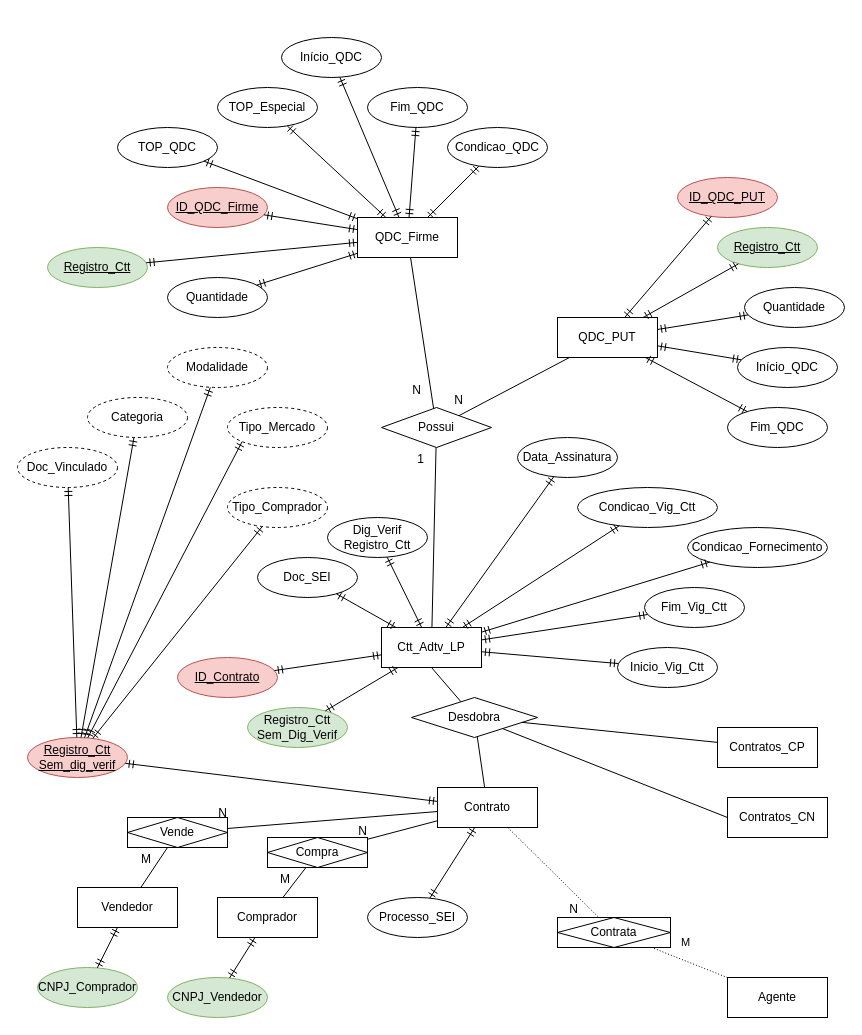
Earlier version of the draw.io diagram Untitled Diagram.drawio (sinistroman/sinistroman). Source tidied: cells renumbered, new cells numbered last; positions are measured from the earlier drawing's top-left corner, leaving out a move shared by most shapes. Both pictures are drawn from the tidied source at 100%, with x=0, y=0 at pixel (17, 37).
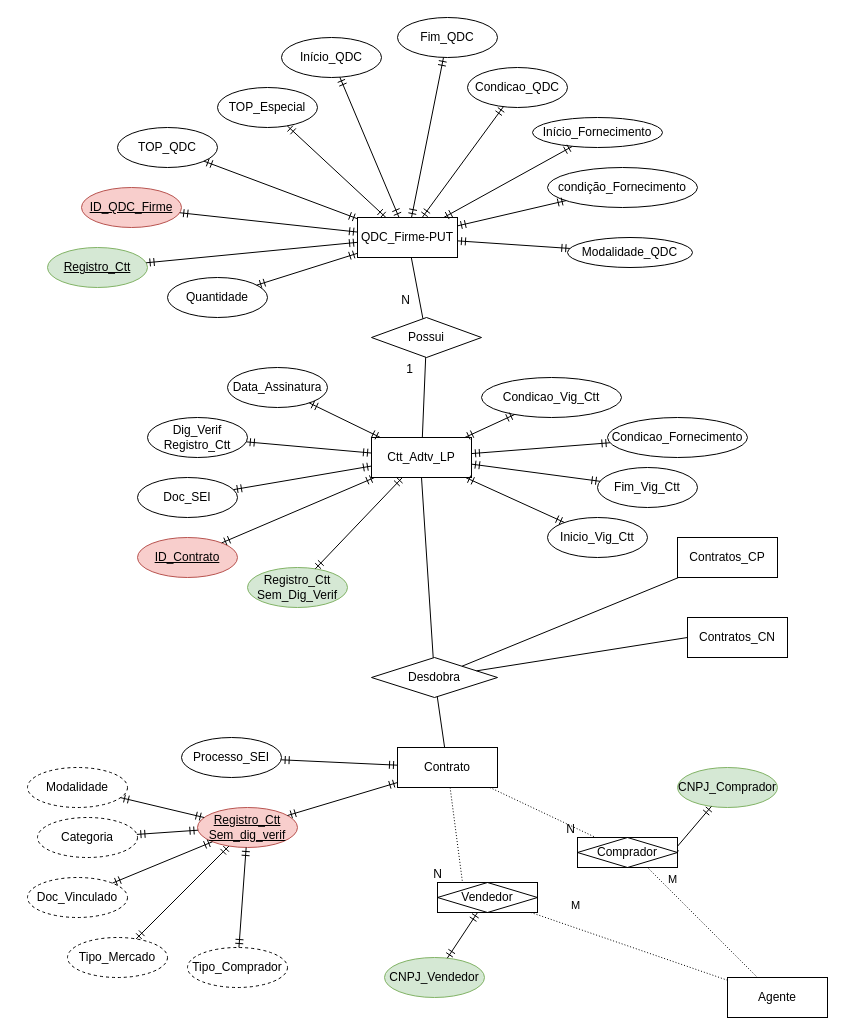
The same page after the edit.

Unchanged cells that the change refers to:
```xml
<mxCell id="2" value="Agente" style="whiteSpace=wrap;html=1;align=center;" parent="1" vertex="1">
  <mxGeometry x="710" y="940" width="100" height="40" as="geometry" />
</mxCell>
```

Change to the diagram source:
```diff
@@
-    <mxCell id="3" value="M" style="endArrow=none;html=1;rounded=0;dashed=1;dashPattern=1 2;" parent="1" edge="1" source="2" target="94">
-      <mxGeometry x="0.27" y="-17" relative="1" as="geometry" />
+    <mxCell id="3" value="M" style="endArrow=none;html=1;rounded=0;dashed=1;dashPattern=1 2;entryX=0.66;entryY=0.867;entryDx=0;entryDy=0;entryPerimeter=0;" parent="1" edge="1" source="2" target="77">
+      <mxGeometry x="0.61" y="-9" relative="1" as="geometry">
+        <mxPoint x="1" as="offset" />
+      </mxGeometry>
     </mxCell>
-    <mxCell id="4" style="endArrow=none;html=1;rounded=0;dashed=1;dashPattern=1 2;" parent="1" edge="1" source="86" target="94">
+    <mxCell id="4" style="endArrow=none;html=1;rounded=0;dashed=1;dashPattern=1 2;" parent="1" edge="1" source="86" target="77">
       <mxGeometry relative="1" as="geometry" />
     </mxCell>
@@
     <mxCell id="6" value="Ctt_Adtv_LP" style="whiteSpace=wrap;html=1;align=center;" parent="1" vertex="1">
-      <mxGeometry x="364" y="590" width="100" height="40" as="geometry" />
+      <mxGeometry x="354" y="400" width="100" height="40" as="geometry" />
     </mxCell>
     <mxCell id="7" value="Contratos_CP" style="whiteSpace=wrap;html=1;align=center;" parent="1" vertex="1">
-      <mxGeometry x="700" y="690" width="100" height="40" as="geometry" />
+      <mxGeometry x="660" y="500" width="100" height="40" as="geometry" />
     </mxCell>
     <mxCell id="8" value="Contratos_CN" style="whiteSpace=wrap;html=1;align=center;" parent="1" vertex="1">
-      <mxGeometry x="710" y="760" width="100" height="40" as="geometry" />
+      <mxGeometry x="670" y="580" width="100" height="40" as="geometry" />
     </mxCell>
     <mxCell id="9" value="CNPJ_Comprador" style="ellipse;whiteSpace=wrap;html=1;align=center;fillColor=#d5e8d4;strokeColor=#82b366;" parent="1" vertex="1">
-      <mxGeometry x="20" y="930" width="100" height="40" as="geometry" />
+      <mxGeometry x="660" y="730" width="100" height="40" as="geometry" />
     </mxCell>
     <mxCell id="10" value="CNPJ_Vendedor" style="ellipse;whiteSpace=wrap;html=1;align=center;fillColor=#d5e8d4;strokeColor=#82b366;" parent="1" vertex="1">
-      <mxGeometry x="150" y="940" width="100" height="40" as="geometry" />
+      <mxGeometry x="367" y="920" width="100" height="40" as="geometry" />
     </mxCell>
-    <mxCell id="11" style="fontSize=12;html=1;endArrow=ERmandOne;startArrow=ERmandOne;rounded=0;" parent="1" edge="1" source="9" target="71">
+    <mxCell id="11" style="fontSize=12;html=1;endArrow=ERmandOne;startArrow=ERmandOne;rounded=0;entryX=0.93;entryY=0.567;entryDx=0;entryDy=0;entryPerimeter=0;" parent="1" edge="1" source="9" target="77">
       <mxGeometry relative="1" as="geometry" />
     </mxCell>
-    <mxCell id="12" style="fontSize=12;html=1;endArrow=ERmandOne;startArrow=ERmandOne;rounded=0;" parent="1" edge="1" source="10" target="76">
+    <mxCell id="12" style="fontSize=12;html=1;endArrow=ERmandOne;startArrow=ERmandOne;rounded=0;" parent="1" edge="1" source="10" target="70">
       <mxGeometry relative="1" as="geometry" />
     </mxCell>
     <mxCell id="13" value="Processo_SEI" style="ellipse;whiteSpace=wrap;html=1;align=center;" parent="1" vertex="1">
-      <mxGeometry x="350" y="860" width="100" height="40" as="geometry" />
+      <mxGeometry x="164" y="700" width="100" height="40" as="geometry" />
     </mxCell>
     <mxCell id="14" value="Doc_SEI" style="ellipse;whiteSpace=wrap;html=1;align=center;" parent="1" vertex="1">
-      <mxGeometry x="240" y="520" width="100" height="40" as="geometry" />
+      <mxGeometry x="120" y="440" width="100" height="40" as="geometry" />
     </mxCell>
     <mxCell id="15" value="Inicio_Vig_Ctt" style="ellipse;whiteSpace=wrap;html=1;align=center;" parent="1" vertex="1">
-      <mxGeometry x="600" y="610" width="100" height="40" as="geometry" />
+      <mxGeometry x="530" y="480" width="100" height="40" as="geometry" />
     </mxCell>
     <mxCell id="16" value="Fim_Vig_Ctt" style="ellipse;whiteSpace=wrap;html=1;align=center;" parent="1" vertex="1">
-      <mxGeometry x="627" y="550" width="100" height="40" as="geometry" />
+      <mxGeometry x="580" y="430" width="100" height="40" as="geometry" />
     </mxCell>
     <mxCell id="17" value="Registro_Ctt Sem_dig_verif" style="ellipse;whiteSpace=wrap;html=1;align=center;fontStyle=4;fillColor=#f8cecc;strokeColor=#b85450;" parent="1" vertex="1">
-      <mxGeometry x="10" y="700" width="100" height="40" as="geometry" />
+      <mxGeometry x="180" y="770" width="100" height="40" as="geometry" />
     </mxCell>
     <mxCell id="18" value="Doc_Vinculado" style="ellipse;whiteSpace=wrap;html=1;align=center;dashed=1;" parent="1" vertex="1">
-      <mxGeometry y="410" width="100" height="40" as="geometry" />
+      <mxGeometry x="10" y="840" width="100" height="40" as="geometry" />
     </mxCell>
     <mxCell id="19" value="Categoria" style="ellipse;whiteSpace=wrap;html=1;align=center;dashed=1;" parent="1" vertex="1">
-      <mxGeometry x="70" y="360" width="100" height="40" as="geometry" />
+      <mxGeometry x="20" y="780" width="100" height="40" as="geometry" />
     </mxCell>
     <mxCell id="20" value="Modalidade" style="ellipse;whiteSpace=wrap;html=1;align=center;dashed=1;" parent="1" vertex="1">
-      <mxGeometry x="150" y="310" width="100" height="40" as="geometry" />
+      <mxGeometry x="10" y="730" width="100" height="40" as="geometry" />
     </mxCell>
     <mxCell id="21" value="Tipo_Mercado" style="ellipse;whiteSpace=wrap;html=1;align=center;dashed=1;" parent="1" vertex="1">
-      <mxGeometry x="210" y="370" width="100" height="40" as="geometry" />
+      <mxGeometry x="50" y="900" width="100" height="40" as="geometry" />
     </mxCell>
     <mxCell id="22" value="Tipo_Comprador" style="ellipse;whiteSpace=wrap;html=1;align=center;dashed=1;" parent="1" vertex="1">
-      <mxGeometry x="210" y="450" width="100" height="40" as="geometry" />
+      <mxGeometry x="170" y="910" width="100" height="40" as="geometry" />
     </mxCell>
@@
-    <mxCell id="27" style="fontSize=12;html=1;endArrow=ERmandOne;startArrow=ERmandOne;rounded=0;entryX=0;entryY=1;entryDx=0;entryDy=0;" parent="1" edge="1" source="17" target="21">
+    <mxCell id="27" style="fontSize=12;html=1;endArrow=ERmandOne;startArrow=ERmandOne;rounded=0;" parent="1" edge="1" source="17" target="21">
       <mxGeometry relative="1" as="geometry" />
     </mxCell>
@@
     <mxCell id="31" value="Data_Assinatura" style="ellipse;whiteSpace=wrap;html=1;align=center;" parent="1" vertex="1">
-      <mxGeometry x="500" y="400" width="100" height="40" as="geometry" />
+      <mxGeometry x="210" y="330" width="100" height="40" as="geometry" />
     </mxCell>
@@
     <mxCell id="33" value="Possui" style="shape=rhombus;perimeter=rhombusPerimeter;whiteSpace=wrap;html=1;align=center;" parent="1" vertex="1">
-      <mxGeometry x="364" y="370" width="110" height="40" as="geometry" />
+      <mxGeometry x="354" y="280" width="110" height="40" as="geometry" />
     </mxCell>
-    <mxCell id="34" value="QDC_Firme" style="whiteSpace=wrap;html=1;align=center;" parent="1" vertex="1">
+    <mxCell id="34" value="QDC_Firme-PUT" style="whiteSpace=wrap;html=1;align=center;" parent="1" vertex="1">
       <mxGeometry x="340" y="180" width="100" height="40" as="geometry" />
     </mxCell>
-    <mxCell id="35" value="QDC_PUT" style="whiteSpace=wrap;html=1;align=center;" parent="1" vertex="1">
-      <mxGeometry x="540" y="280" width="100" height="40" as="geometry" />
-    </mxCell>
@@
     <mxCell id="46" value="Fim_QDC" style="ellipse;whiteSpace=wrap;html=1;align=center;" parent="1" vertex="1">
-      <mxGeometry x="350" y="50" width="100" height="40" as="geometry" />
+      <mxGeometry x="380" y="-20" width="100" height="40" as="geometry" />
     </mxCell>
@@
-    <mxCell id="50" value="Quantidade" style="ellipse;whiteSpace=wrap;html=1;align=center;" parent="1" vertex="1">
-      <mxGeometry x="727" y="250" width="100" height="40" as="geometry" />
-    </mxCell>
-    <mxCell id="51" value="Registro_Ctt" style="ellipse;whiteSpace=wrap;html=1;align=center;fontStyle=4;fillColor=#d5e8d4;strokeColor=#82b366;" parent="1" vertex="1">
-      <mxGeometry x="700" y="190" width="100" height="40" as="geometry" />
-    </mxCell>
-    <mxCell id="52" value="Início_QDC" style="ellipse;whiteSpace=wrap;html=1;align=center;" parent="1" vertex="1">
-      <mxGeometry x="720" y="310" width="100" height="40" as="geometry" />
-    </mxCell>
-    <mxCell id="53" value="Fim_QDC" style="ellipse;whiteSpace=wrap;html=1;align=center;" parent="1" vertex="1">
-      <mxGeometry x="710" y="370" width="100" height="40" as="geometry" />
-    </mxCell>
-    <mxCell id="54" style="endArrow=none;html=1;rounded=0;" parent="1" edge="1" source="35" target="33">
-      <mxGeometry relative="1" as="geometry" />
-    </mxCell>
-    <mxCell id="55" value="N" style="html=1;align=right;verticalAlign=bottom;" parent="54" vertex="1">
-      <mxGeometry x="1" relative="1" as="geometry">
-        <mxPoint x="5" y="-7" as="offset" />
-      </mxGeometry>
-    </mxCell>
-    <mxCell id="56" style="fontSize=12;html=1;endArrow=ERmandOne;startArrow=ERmandOne;rounded=0;" parent="1" edge="1" source="35" target="51">
-      <mxGeometry relative="1" as="geometry" />
-    </mxCell>
-    <mxCell id="57" style="fontSize=12;html=1;endArrow=ERmandOne;startArrow=ERmandOne;rounded=0;" parent="1" edge="1" source="35" target="50">
-      <mxGeometry relative="1" as="geometry" />
-    </mxCell>
-    <mxCell id="58" style="fontSize=12;html=1;endArrow=ERmandOne;startArrow=ERmandOne;rounded=0;" parent="1" edge="1" source="35" target="52">
-      <mxGeometry relative="1" as="geometry" />
-    </mxCell>
-    <mxCell id="59" style="fontSize=12;html=1;endArrow=ERmandOne;startArrow=ERmandOne;rounded=0;" parent="1" edge="1" source="35" target="53">
-      <mxGeometry relative="1" as="geometry" />
-    </mxCell>
     <mxCell id="60" value="ID_QDC_Firme" style="ellipse;whiteSpace=wrap;html=1;align=center;fontStyle=4;fillColor=#f8cecc;strokeColor=#b85450;" parent="1" vertex="1">
-      <mxGeometry x="150" y="150" width="100" height="40" as="geometry" />
+      <mxGeometry x="64" y="150" width="100" height="40" as="geometry" />
     </mxCell>
-    <mxCell id="61" value="ID_QDC_PUT" style="ellipse;whiteSpace=wrap;html=1;align=center;fontStyle=4;fillColor=#f8cecc;strokeColor=#b85450;" parent="1" vertex="1">
-      <mxGeometry x="660" y="140" width="100" height="40" as="geometry" />
-    </mxCell>
@@
-    <mxCell id="65" style="fontSize=12;html=1;endArrow=ERmandOne;startArrow=ERmandOne;rounded=0;" parent="1" edge="1" source="35" target="61">
-      <mxGeometry relative="1" as="geometry" />
-    </mxCell>
@@
     <mxCell id="68" value="Condicao_QDC" style="ellipse;whiteSpace=wrap;html=1;align=center;" parent="1" vertex="1">
-      <mxGeometry x="430" y="90" width="100" height="40" as="geometry" />
+      <mxGeometry x="450" y="30" width="100" height="40" as="geometry" />
     </mxCell>
@@
-    <mxCell id="70" value="Vende" style="shape=associativeEntity;whiteSpace=wrap;html=1;align=center;" parent="1" vertex="1">
-      <mxGeometry x="110" y="780" width="100" height="30" as="geometry" />
+    <mxCell id="70" value="Vendedor" style="shape=associativeEntity;whiteSpace=wrap;html=1;align=center;" parent="1" vertex="1">
+      <mxGeometry x="420" y="845" width="100" height="30" as="geometry" />
     </mxCell>
-    <mxCell id="71" value="Vendedor" style="whiteSpace=wrap;html=1;align=center;" parent="1" vertex="1">
-      <mxGeometry x="60" y="850" width="100" height="40" as="geometry" />
-    </mxCell>
-    <mxCell id="72" style="endArrow=none;html=1;rounded=0;" parent="1" edge="1" source="71" target="70">
-      <mxGeometry relative="1" as="geometry" />
-    </mxCell>
-    <mxCell id="73" value="M" style="html=1;align=right;verticalAlign=bottom;" parent="72" vertex="1">
-      <mxGeometry x="1" relative="1" as="geometry">
-        <mxPoint x="-16" y="20" as="offset" />
-      </mxGeometry>
-    </mxCell>
-    <mxCell id="74" style="endArrow=none;html=1;rounded=0;" parent="1" edge="1" source="86" target="70">
-      <mxGeometry relative="1" as="geometry" />
-    </mxCell>
-    <mxCell id="75" value="N" style="html=1;align=right;verticalAlign=bottom;" parent="74" vertex="1">
-      <mxGeometry x="1" relative="1" as="geometry">
-        <mxPoint y="-7" as="offset" />
-      </mxGeometry>
-    </mxCell>
-    <mxCell id="76" value="Comprador" style="whiteSpace=wrap;html=1;align=center;" parent="1" vertex="1">
-      <mxGeometry x="200" y="860" width="100" height="40" as="geometry" />
-    </mxCell>
-    <mxCell id="77" value="Compra" style="shape=associativeEntity;whiteSpace=wrap;html=1;align=center;" parent="1" vertex="1">
-      <mxGeometry x="250" y="800" width="100" height="30" as="geometry" />
+    <mxCell id="77" value="Comprador" style="shape=associativeEntity;whiteSpace=wrap;html=1;align=center;" parent="1" vertex="1">
+      <mxGeometry x="560" y="800" width="100" height="30" as="geometry" />
     </mxCell>
-    <mxCell id="78" style="endArrow=none;html=1;rounded=0;" parent="1" edge="1" source="76" target="77">
-      <mxGeometry relative="1" as="geometry" />
-    </mxCell>
-    <mxCell id="79" value="M" style="html=1;align=right;verticalAlign=bottom;" parent="78" vertex="1">
-      <mxGeometry x="1" relative="1" as="geometry">
-        <mxPoint x="-16" y="20" as="offset" />
-      </mxGeometry>
-    </mxCell>
-    <mxCell id="80" style="endArrow=none;html=1;rounded=0;" parent="1" edge="1" source="86" target="77">
-      <mxGeometry relative="1" as="geometry" />
-    </mxCell>
-    <mxCell id="81" value="N" style="html=1;align=right;verticalAlign=bottom;" parent="80" vertex="1">
-      <mxGeometry x="1" relative="1" as="geometry" />
-    </mxCell>
     <mxCell id="82" value="Condicao_Fornecimento" style="ellipse;whiteSpace=wrap;html=1;align=center;" parent="1" vertex="1">
-      <mxGeometry x="670" y="490" width="140" height="40" as="geometry" />
+      <mxGeometry x="590" y="380" width="140" height="40" as="geometry" />
     </mxCell>
@@
     <mxCell id="84" value="Condicao_Vig_Ctt" style="ellipse;whiteSpace=wrap;html=1;align=center;" parent="1" vertex="1">
-      <mxGeometry x="560" y="450" width="140" height="40" as="geometry" />
+      <mxGeometry x="464" y="340" width="140" height="40" as="geometry" />
     </mxCell>
@@
     <mxCell id="86" value="Contrato" style="whiteSpace=wrap;html=1;align=center;" parent="1" vertex="1">
-      <mxGeometry x="420" y="750" width="100" height="40" as="geometry" />
+      <mxGeometry x="380" y="710" width="100" height="40" as="geometry" />
     </mxCell>
     <mxCell id="87" value="Dig_Verif Registro_Ctt" style="ellipse;whiteSpace=wrap;html=1;align=center;" parent="1" vertex="1">
-      <mxGeometry x="310" y="480" width="100" height="40" as="geometry" />
+      <mxGeometry x="130" y="380" width="100" height="40" as="geometry" />
     </mxCell>
@@
     <mxCell id="89" value="Desdobra" style="shape=rhombus;perimeter=rhombusPerimeter;whiteSpace=wrap;html=1;align=center;" parent="1" vertex="1">
-      <mxGeometry x="394" y="660" width="126" height="40" as="geometry" />
+      <mxGeometry x="354" y="620" width="126" height="40" as="geometry" />
     </mxCell>
@@
-    <mxCell id="94" value="Contrata" style="shape=associativeEntity;whiteSpace=wrap;html=1;align=center;" parent="1" vertex="1">
-      <mxGeometry x="540" y="880" width="113" height="30" as="geometry" />
-    </mxCell>
     <mxCell id="95" value="ID_Contrato" style="ellipse;whiteSpace=wrap;html=1;align=center;fontStyle=4;fillColor=#f8cecc;strokeColor=#b85450;" parent="1" vertex="1">
-      <mxGeometry x="160" y="620" width="100" height="40" as="geometry" />
+      <mxGeometry x="120" y="500" width="100" height="40" as="geometry" />
     </mxCell>
@@
     <mxCell id="97" value="Registro_Ctt Sem_Dig_Verif" style="ellipse;whiteSpace=wrap;html=1;align=center;fillColor=#d5e8d4;strokeColor=#82b366;" parent="1" vertex="1">
-      <mxGeometry x="230" y="670" width="100" height="40" as="geometry" />
+      <mxGeometry x="230" y="530" width="100" height="40" as="geometry" />
     </mxCell>
@@
+    <mxCell id="74" style="endArrow=none;html=1;rounded=0;dashed=1;dashPattern=1 2;entryX=0.25;entryY=0;entryDx=0;entryDy=0;" parent="1" edge="1" source="86" target="70">
+      <mxGeometry relative="1" as="geometry" />
+    </mxCell>
+    <mxCell id="99" value="N" style="html=1;align=right;verticalAlign=bottom;" parent="74" vertex="1">
+      <mxGeometry x="1" relative="1" as="geometry">
+        <mxPoint x="-20" as="offset" />
+      </mxGeometry>
+    </mxCell>
+    <mxCell id="100" value="M" style="endArrow=none;html=1;rounded=0;dashed=1;dashPattern=1 2;" parent="1" edge="1" source="2" target="70">
+      <mxGeometry x="0.62" y="-21" relative="1" as="geometry" />
+    </mxCell>
+    <mxCell id="101" value="Início_Fornecimento" style="ellipse;whiteSpace=wrap;html=1;align=center;" parent="1" vertex="1">
+      <mxGeometry x="515" y="80" width="130" height="30" as="geometry" />
+    </mxCell>
+    <mxCell id="102" value="condição_Fornecimento" style="ellipse;whiteSpace=wrap;html=1;align=center;" parent="1" vertex="1">
+      <mxGeometry x="530" y="130" width="150" height="40" as="geometry" />
+    </mxCell>
+    <mxCell id="103" style="fontSize=12;html=1;endArrow=ERmandOne;startArrow=ERmandOne;rounded=0;" parent="1" edge="1" source="34" target="101">
+      <mxGeometry relative="1" as="geometry" />
+    </mxCell>
+    <mxCell id="104" style="fontSize=12;html=1;endArrow=ERmandOne;startArrow=ERmandOne;rounded=0;" parent="1" edge="1" source="34" target="102">
+      <mxGeometry relative="1" as="geometry" />
+    </mxCell>
+    <mxCell id="105" value="Modalidade_QDC" style="ellipse;whiteSpace=wrap;html=1;align=center;" parent="1" vertex="1">
+      <mxGeometry x="550" y="200" width="125" height="30" as="geometry" />
+    </mxCell>
+    <mxCell id="106" style="fontSize=12;html=1;endArrow=ERmandOne;startArrow=ERmandOne;rounded=0;" parent="1" edge="1" source="34" target="105">
+      <mxGeometry relative="1" as="geometry" />
+    </mxCell>
```
